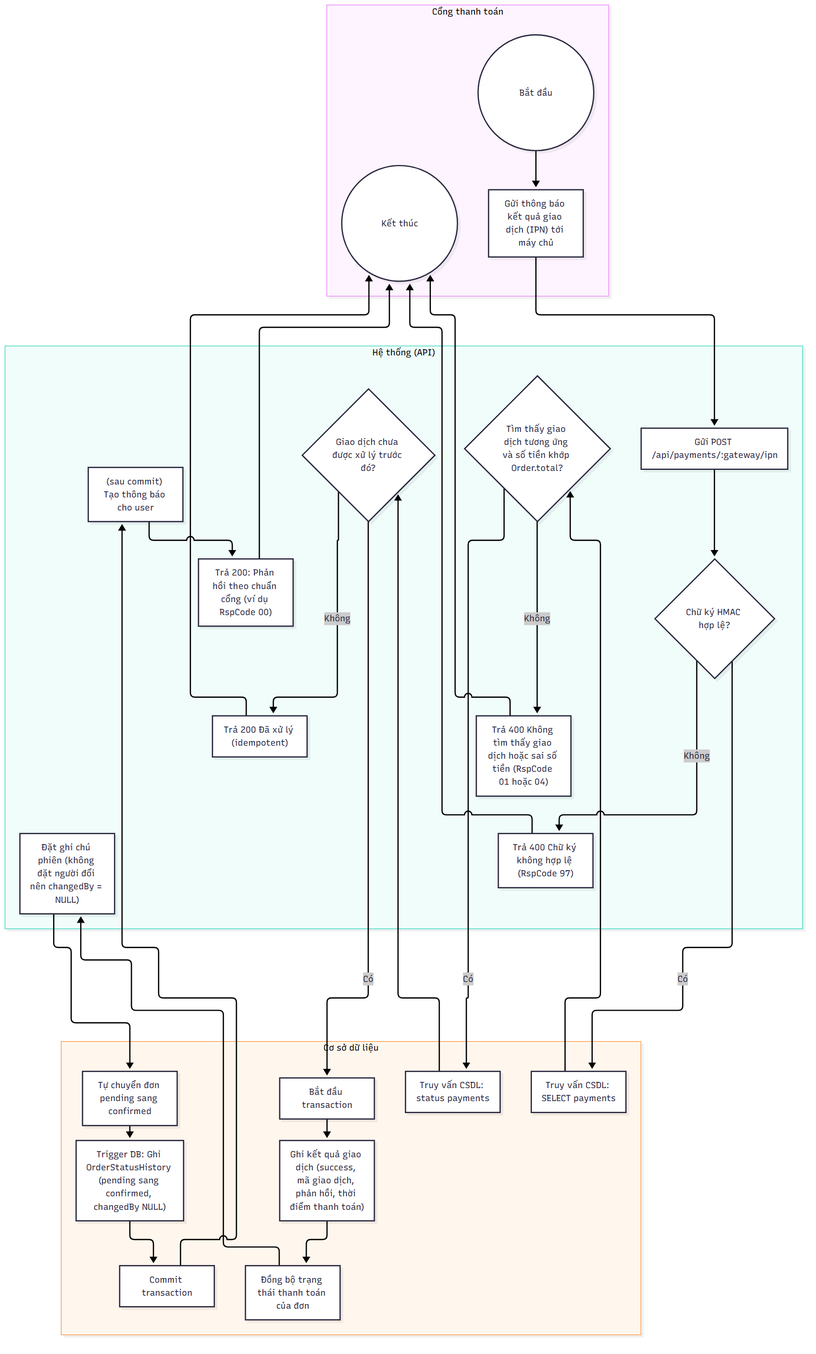
Above: docs/diagrams/png/activity_UC-PAY-02_nhan-callback-ipn-tu-cong-thanh-toan.png in 2431540234-arch/XDUDTMDT (Mermaid), before the change. Its source is kept beside it as docs/diagrams/src/activity_UC-PAY-02_nhan-callback-ipn-tu-cong-thanh-toan.mmd. The source it was exported from:
```mermaid
flowchart TD
    subgraph LANE_A["Cổng thanh toán"]
        n1(("Bắt đầu"))
        n2["Gửi thông báo kết quả giao dịch (IPN) tới máy chủ"]
        n21(("Kết thúc"))
    end
    subgraph LANE_S["Hệ thống (API)"]
        n3["Gửi POST /api/payments/:gateway/ipn"]
        n4{"Chữ ký HMAC hợp lệ?"}
        n5["Trả 400 Chữ ký không hợp lệ (RspCode 97)"]
        n7{"Tìm thấy giao dịch tương ứng và số tiền khớp Order.total?"}
        n8["Trả 400 Không tìm thấy giao dịch hoặc sai số tiền (RspCode 01 hoặc 04)"]
        n10{"Giao dịch chưa được xử lý trước đó?"}
        n11["Trả 200 Đã xử lý (idempotent)"]
        n15["Đặt ghi chú phiên (không đặt người đổi nên changedBy = NULL)"]
        n19["(sau commit) Tạo thông báo cho user"]
        n20["Trả 200: Phản hồi theo chuẩn cổng (ví dụ RspCode 00)"]
    end
    subgraph LANE_D["Cơ sở dữ liệu"]
        n6["Truy vấn CSDL: SELECT payments"]
        n9["Truy vấn CSDL: status payments"]
        n12["Bắt đầu transaction"]
        n13["Ghi kết quả giao dịch (success, mã giao dịch, phản hồi, thời điểm thanh toán)"]
        n14["Đồng bộ trạng thái thanh toán của đơn"]
        n16["Tự chuyển đơn pending sang confirmed"]
        n17["Trigger DB: Ghi OrderStatusHistory (pending sang confirmed, changedBy NULL)"]
        n18["Commit transaction"]
    end
    n1 --> n2
    n2 --> n3
    n3 --> n4
    n4 -->|"Không"| n5
    n4 -->|"Có"| n6
    n6 --> n7
    n7 -->|"Không"| n8
    n7 -->|"Có"| n9
    n9 --> n10
    n10 -->|"Không"| n11
    n10 -->|"Có"| n12
    n12 --> n13
    n13 --> n14
    n14 --> n15
    n15 --> n16
    n16 --> n17
    n17 --> n18
    n18 --> n19
    n19 --> n20
    n20 --> n21
    n5 --> n21
    n8 --> n21
    n11 --> n21
```
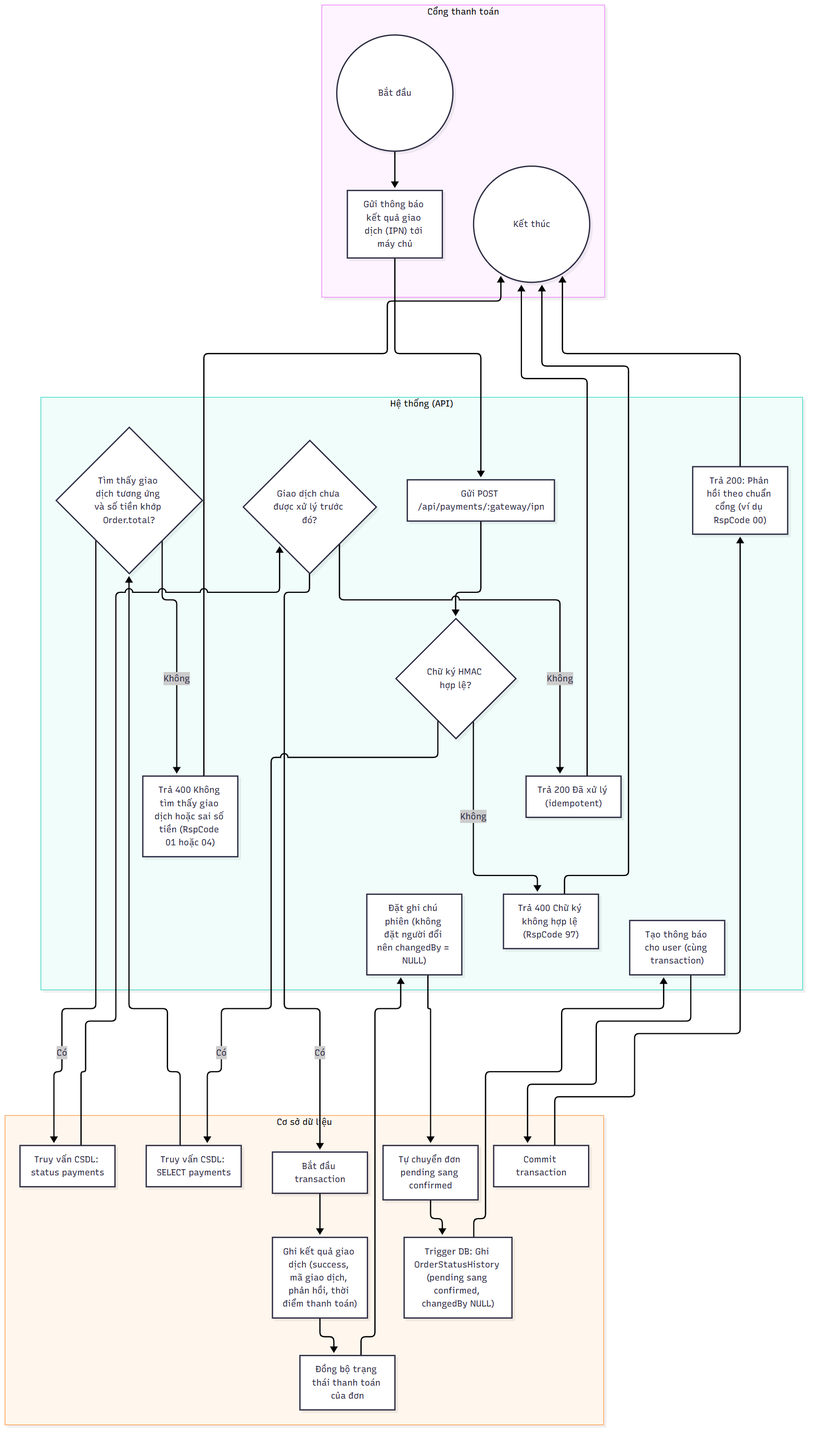
After the change.

Change to the diagram source:
```diff
@@ -13,7 +13,7 @@
         n10{"Giao dịch chưa được xử lý trước đó?"}
         n11["Trả 200 Đã xử lý (idempotent)"]
         n15["Đặt ghi chú phiên (không đặt người đổi nên changedBy = NULL)"]
-        n19["(sau commit) Tạo thông báo cho user"]
+        n19["Tạo thông báo cho user (cùng transaction)"]
         n20["Trả 200: Phản hồi theo chuẩn cổng (ví dụ RspCode 00)"]
     end
     subgraph LANE_D["Cơ sở dữ liệu"]
@@ -42,9 +42,9 @@
     n14 --> n15
     n15 --> n16
     n16 --> n17
-    n17 --> n18
-    n18 --> n19
-    n19 --> n20
+    n17 --> n19
+    n19 --> n18
+    n18 --> n20
     n20 --> n21
     n5 --> n21
     n8 --> n21
```
